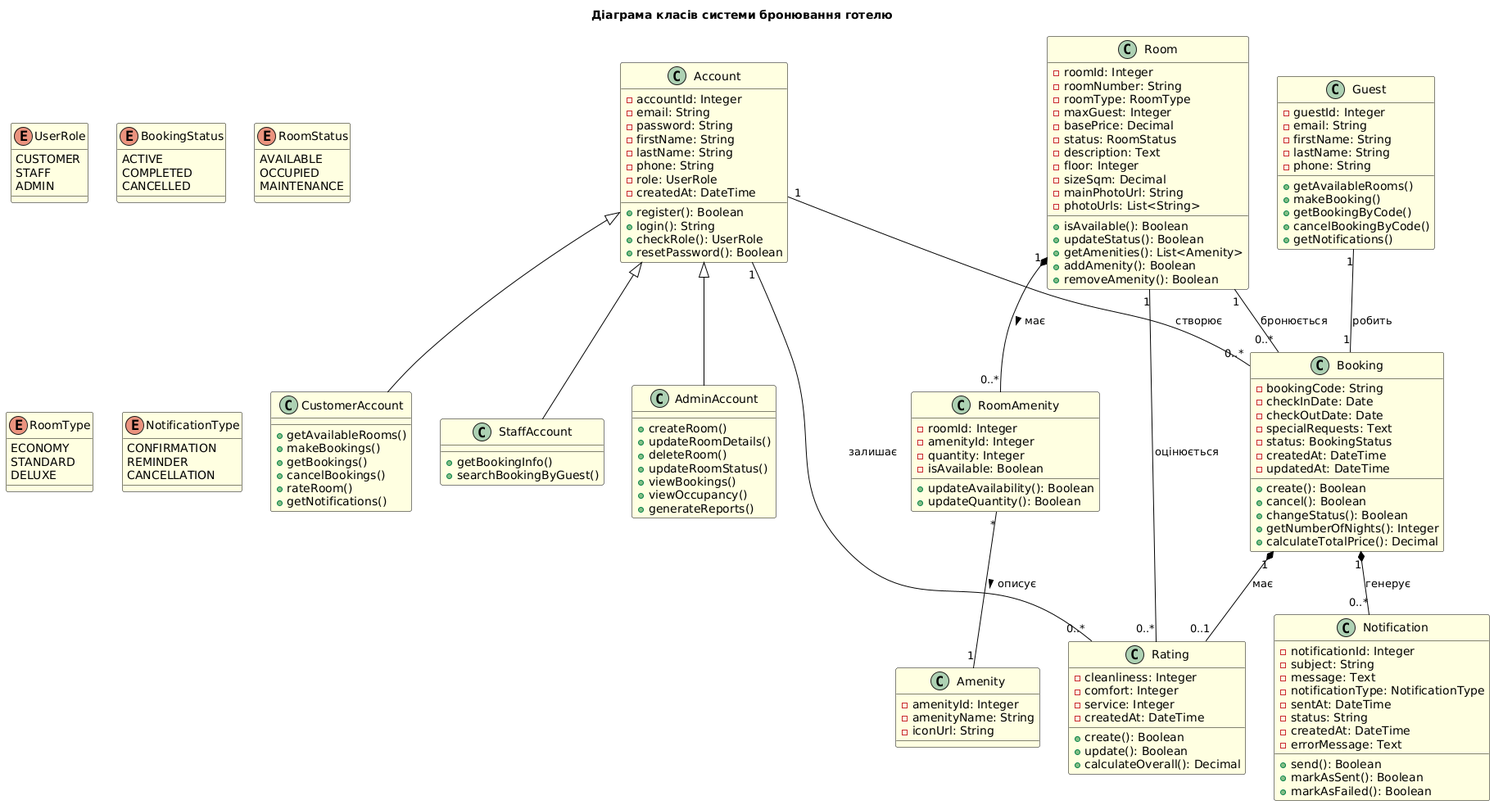
Earlier version of the PlantUML export docs/architecture/uml/classDiagram/class-diagram.png (ukma-cs-ssdm-2025/HelloBugs).
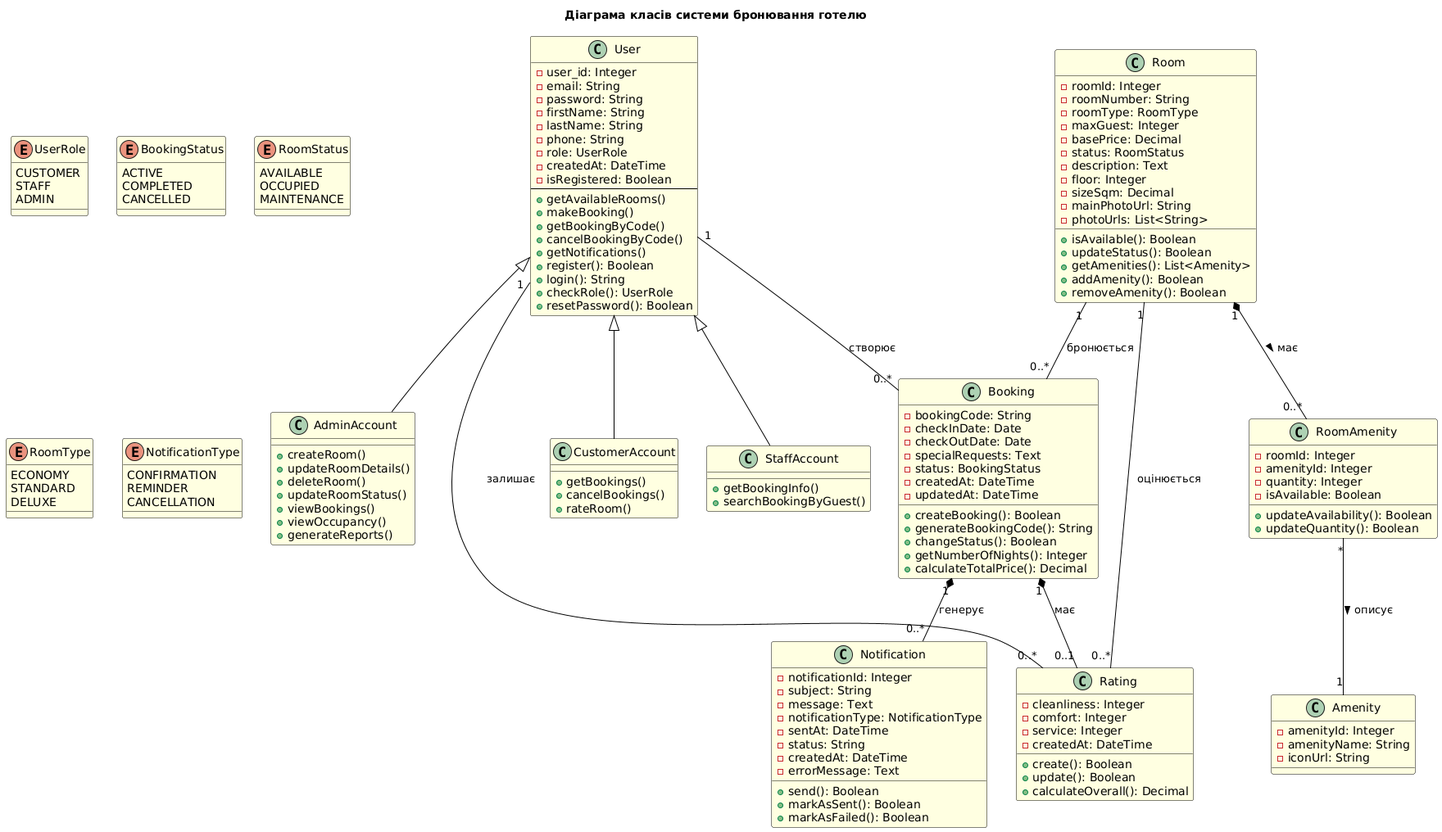
Above is the later version.

Commit message:
upd class diagram

The edit, as a diff of the source:
```diff
@@ -38,8 +38,8 @@
 }
 
 
-class Account {
-    - accountId: Integer
+class User {
+    - user_id: Integer
     - email: String
     - password: String
     - firstName: String
@@ -47,7 +47,13 @@
     - phone: String
     - role: UserRole
     - createdAt: DateTime
-    __
+    - isRegistered: Boolean
+    --
+    + getAvailableRooms()
+    + makeBooking()
+    + getBookingByCode()
+    + cancelBookingByCode()
+    + getNotifications()
     + register(): Boolean
     + login(): String
     + checkRole(): UserRole
@@ -55,12 +61,9 @@
 }
 
 class CustomerAccount {
-    + getAvailableRooms()
-    + makeBookings()
     + getBookings()
     + cancelBookings()
     + rateRoom()
-    + getNotifications()
 }
 
 class StaffAccount {
@@ -76,20 +79,6 @@
     + viewBookings()
     + viewOccupancy()
     + generateReports()
-}
-
-class Guest {
-    - guestId: Integer
-    - email: String
-    - firstName: String
-    - lastName: String
-    - phone: String
-    __
-    + getAvailableRooms()
-    + makeBooking()
-    + getBookingByCode()
-    + cancelBookingByCode()
-    + getNotifications()
 }
 
 class Room {
@@ -137,8 +126,8 @@
     - createdAt: DateTime
     - updatedAt: DateTime
     __
-    + create(): Boolean
-    + cancel(): Boolean
+    + createBooking(): Boolean
+    + generateBookingCode(): String
     + changeStatus(): Boolean
     + getNumberOfNights(): Integer
     + calculateTotalPrice(): Decimal
@@ -171,17 +160,16 @@
 }
 
 
-Account "1" -- "0..*" Booking : створює
-Guest "1" -- "1" Booking : робить
+User "1" -- "0..*" Booking : створює
 Room "1" -- "0..*" Booking : бронюється
 Room "1" *-- "0..*" RoomAmenity : має >
 RoomAmenity "*" -- "1" Amenity : описує >
 Booking "1" *-- "0..*" Notification : генерує
 Booking "1" *-- "0..1" Rating : має
 Room "1" -- "0..*" Rating : оцінюється
-Account "1" -- "0..*" Rating : залишає
+User "1" -- "0..*" Rating : залишає
 
-Account <|-- CustomerAccount
-Account <|-- StaffAccount
-Account <|-- AdminAccount
+User <|-- CustomerAccount
+User <|-- StaffAccount
+User <|-- AdminAccount
 @enduml
```
